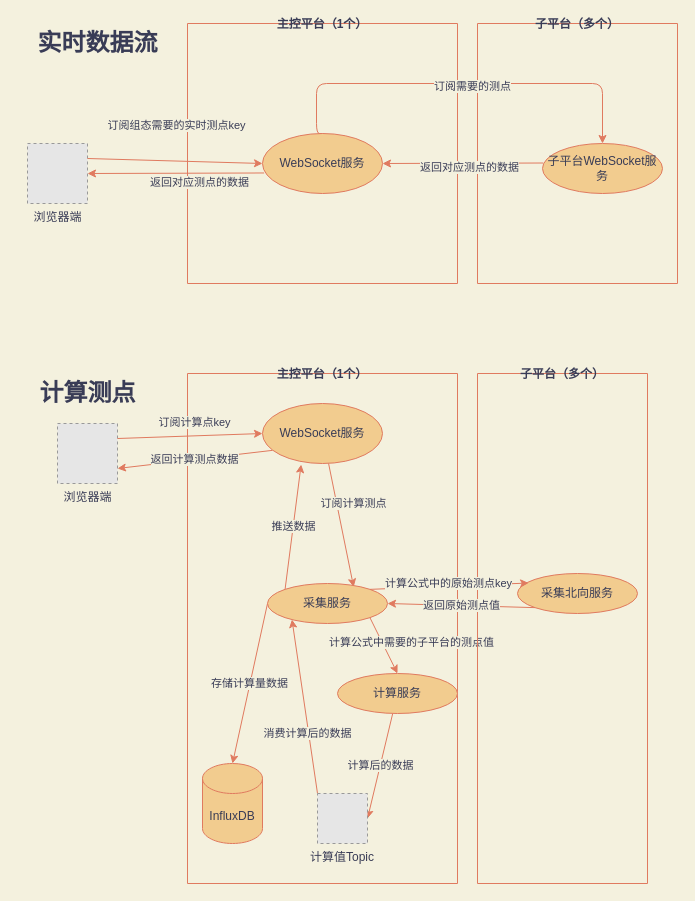
Before: page "实时数据" (3 of 3) of test.drawio in Jarris3154/drawios, a draw.io diagram. Source tidied: cells renumbered, new cells numbered last; positions are measured from the earlier drawing's top-left corner, leaving out a move shared by most shapes. Both pictures are drawn from the tidied source at 100%, with x=0, y=0 at pixel (17, 23). Pictures stored in the file or linked from it are replaced by grey dashed boxes.
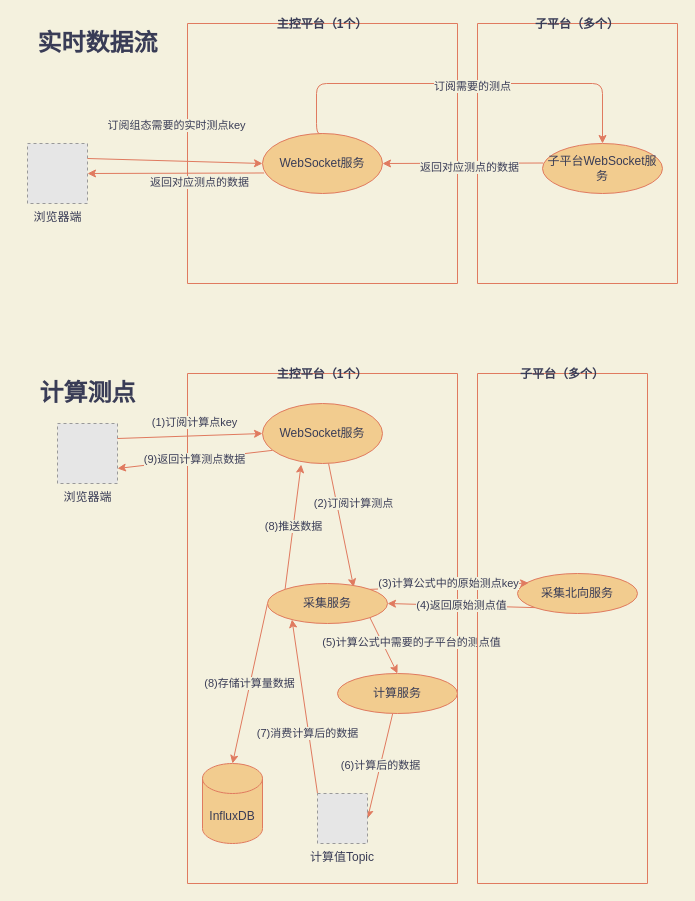
Above is the later version.

Unchanged cells that the change refers to:
```xml
<mxCell id="17" value="主控平台（1个）" style="swimlane;startSize=0;fillColor=#F2CC8F;strokeColor=#E07A5F;fontColor=#393C56;" parent="1" vertex="1">
  <mxGeometry x="170" y="350" width="270" height="510" as="geometry" />
</mxCell>
<mxCell id="19" value="WebSocket服务" style="ellipse;whiteSpace=wrap;html=1;fillColor=#F2CC8F;strokeColor=#E07A5F;fontColor=#393C56;" parent="17" vertex="1">
  <mxGeometry x="75" y="30" width="120" height="60" as="geometry" />
</mxCell>
<mxCell id="22" value="采集服务" style="ellipse;whiteSpace=wrap;html=1;fillColor=#F2CC8F;strokeColor=#E07A5F;fontColor=#393C56;" parent="17" vertex="1">
  <mxGeometry x="80" y="210" width="120" height="40" as="geometry" />
</mxCell>
<mxCell id="25" value="计算服务" style="ellipse;whiteSpace=wrap;html=1;fillColor=#F2CC8F;strokeColor=#E07A5F;fontColor=#393C56;" parent="17" vertex="1">
  <mxGeometry x="150" y="300" width="120" height="40" as="geometry" />
</mxCell>
<mxCell id="27" value="InfluxDB" style="shape=cylinder3;whiteSpace=wrap;html=1;boundedLbl=1;backgroundOutline=1;size=15;fillColor=#F2CC8F;strokeColor=#E07A5F;fontColor=#393C56;" parent="17" vertex="1">
  <mxGeometry x="15" y="390" width="60" height="80" as="geometry" />
</mxCell>
<mxCell id="28" value="计算值Topic" style="fillColor=#E6E6E6;strokeColor=#999999;dashed=1;verticalLabelPosition=bottom;verticalAlign=top;fontColor=#393C56;" parent="17" vertex="1">
  <mxGeometry x="130" y="420" width="50" height="50" as="geometry" />
</mxCell>
<mxCell id="30" value="采集北向服务" style="ellipse;whiteSpace=wrap;html=1;fillColor=#F2CC8F;strokeColor=#E07A5F;fontColor=#393C56;" parent="29" vertex="1">
  <mxGeometry x="40" y="200" width="120" height="40" as="geometry" />
</mxCell>
<mxCell id="31" value="浏览器端" style="fillColor=#E6E6E6;strokeColor=#999999;dashed=1;html=1;verticalAlign=top;verticalLabelPosition=bottom;fontColor=#393C56;labelBackgroundColor=#F4F1DE;" parent="1" vertex="1">
  <mxGeometry x="40" y="400" width="60" height="60" as="geometry" />
</mxCell>
<mxCell id="32" style="endArrow=classic;html=1;entryX=0;entryY=0.5;entryDx=0;entryDy=0;exitX=1;exitY=0.25;exitDx=0;exitDy=0;strokeColor=#E07A5F;fontColor=#393C56;labelBackgroundColor=#F4F1DE;" parent="1" edge="1" source="31" target="19">
  <mxGeometry relative="1" as="geometry" />
</mxCell>
<mxCell id="35" style="edgeStyle=none;rounded=1;sketch=0;jettySize=auto;html=1;fontColor=#393C56;strokeColor=#E07A5F;fillColor=#F2CC8F;entryX=0.093;entryY=0.238;entryDx=0;entryDy=0;entryPerimeter=0;exitX=1;exitY=0;exitDx=0;exitDy=0;labelBackgroundColor=#F4F1DE;" parent="1" edge="1" source="22" target="30">
  <mxGeometry relative="1" as="geometry" />
</mxCell>
```

Change to the diagram source:
```diff
@@
-    <mxCell id="18" value="订阅计算测点" style="edgeStyle=none;rounded=1;sketch=0;jettySize=auto;html=1;entryX=0.718;entryY=0.088;entryDx=0;entryDy=0;entryPerimeter=0;fontColor=#393C56;strokeColor=#E07A5F;fillColor=#F2CC8F;labelBackgroundColor=#F4F1DE;" parent="17" edge="1" source="19" target="22">
+    <mxCell id="18" value="(2)订阅计算测点" style="edgeStyle=none;rounded=1;sketch=0;jettySize=auto;html=1;entryX=0.718;entryY=0.088;entryDx=0;entryDy=0;entryPerimeter=0;fontColor=#393C56;strokeColor=#E07A5F;fillColor=#F2CC8F;labelBackgroundColor=#F4F1DE;" parent="17" edge="1" source="19" target="22">
       <mxGeometry x="-0.3" y="17" relative="1" as="geometry" />
     </mxCell>
@@
-    <mxCell id="20" value="推送数据" style="edgeStyle=none;rounded=1;sketch=0;jettySize=auto;html=1;entryX=0.322;entryY=1.017;entryDx=0;entryDy=0;entryPerimeter=0;fontColor=#393C56;strokeColor=#E07A5F;fillColor=#F2CC8F;exitX=0;exitY=0;exitDx=0;exitDy=0;labelBackgroundColor=#F4F1DE;" parent="17" edge="1" source="22" target="19">
+    <mxCell id="20" value="(8)推送数据" style="edgeStyle=none;rounded=1;sketch=0;jettySize=auto;html=1;entryX=0.322;entryY=1.017;entryDx=0;entryDy=0;entryPerimeter=0;fontColor=#393C56;strokeColor=#E07A5F;fillColor=#F2CC8F;exitX=0;exitY=0;exitDx=0;exitDy=0;labelBackgroundColor=#F4F1DE;" parent="17" edge="1" source="22" target="19">
       <mxGeometry relative="1" as="geometry" />
     </mxCell>
-    <mxCell id="21" value="存储计算量数据" style="edgeStyle=none;rounded=1;sketch=0;jettySize=auto;html=1;entryX=0.5;entryY=0;entryDx=0;entryDy=0;entryPerimeter=0;fontColor=#393C56;strokeColor=#E07A5F;fillColor=#F2CC8F;exitX=0;exitY=0.5;exitDx=0;exitDy=0;labelBackgroundColor=#F4F1DE;" parent="17" edge="1" source="22" target="27">
+    <mxCell id="21" value="(8)存储计算量数据" style="edgeStyle=none;rounded=1;sketch=0;jettySize=auto;html=1;entryX=0.5;entryY=0;entryDx=0;entryDy=0;entryPerimeter=0;fontColor=#393C56;strokeColor=#E07A5F;fillColor=#F2CC8F;exitX=0;exitY=0.5;exitDx=0;exitDy=0;labelBackgroundColor=#F4F1DE;" parent="17" edge="1" source="22" target="27">
       <mxGeometry relative="1" as="geometry" />
     </mxCell>
@@
-    <mxCell id="23" value="消费计算后的数据" style="rounded=0;jettySize=auto;html=1;exitX=0;exitY=0;exitDx=0;exitDy=0;entryX=0.204;entryY=0.9;entryDx=0;entryDy=0;entryPerimeter=0;strokeColor=#E07A5F;fontColor=#393C56;labelBackgroundColor=#F4F1DE;" parent="17" edge="1" source="28" target="22">
+    <mxCell id="23" value="(7)消费计算后的数据" style="rounded=0;jettySize=auto;html=1;exitX=0;exitY=0;exitDx=0;exitDy=0;entryX=0.204;entryY=0.9;entryDx=0;entryDy=0;entryPerimeter=0;strokeColor=#E07A5F;fontColor=#393C56;labelBackgroundColor=#F4F1DE;" parent="17" edge="1" source="28" target="22">
       <mxGeometry x="-0.31" y="1" relative="1" as="geometry" />
     </mxCell>
-    <mxCell id="24" value="计算后的数据" style="rounded=1;sketch=0;jettySize=auto;html=1;entryX=1;entryY=0.5;entryDx=0;entryDy=0;fontColor=#393C56;strokeColor=#E07A5F;fillColor=#F2CC8F;labelBackgroundColor=#F4F1DE;" parent="17" edge="1" source="25" target="28">
+    <mxCell id="24" value="(6)计算后的数据" style="rounded=1;sketch=0;jettySize=auto;html=1;entryX=1;entryY=0.5;entryDx=0;entryDy=0;fontColor=#393C56;strokeColor=#E07A5F;fillColor=#F2CC8F;labelBackgroundColor=#F4F1DE;" parent="17" edge="1" source="25" target="28">
       <mxGeometry relative="1" as="geometry" />
     </mxCell>
@@
-    <mxCell id="26" value="计算公式中需要的子平台的测点值" style="endArrow=classic;html=1;entryX=0.5;entryY=0;entryDx=0;entryDy=0;exitX=1;exitY=1;exitDx=0;exitDy=0;strokeColor=#E07A5F;fontColor=#393C56;labelBackgroundColor=#F4F1DE;" parent="17" edge="1" source="22" target="25">
+    <mxCell id="26" value="(5)计算公式中需要的子平台的测点值" style="endArrow=classic;html=1;entryX=0.5;entryY=0;entryDx=0;entryDy=0;exitX=1;exitY=1;exitDx=0;exitDy=0;strokeColor=#E07A5F;fontColor=#393C56;labelBackgroundColor=#F4F1DE;" parent="17" edge="1" source="22" target="25">
       <mxGeometry x="0.33" y="26" relative="1" as="geometry" />
     </mxCell>
@@
-    <mxCell id="33" value="订阅计算点key" style="edgeLabel;html=1;align=center;verticalAlign=middle;fontColor=#393C56;labelBackgroundColor=#F4F1DE;" parent="32" vertex="1">
+    <mxCell id="33" value="(1)订阅计算点key" style="edgeLabel;html=1;align=center;verticalAlign=middle;fontColor=#393C56;labelBackgroundColor=#F4F1DE;" parent="32" vertex="1">
       <mxGeometry x="-0.71" y="2" relative="1" as="geometry">
         <mxPoint x="56" y="-14" as="offset" />
       </mxGeometry>
     </mxCell>
-    <mxCell id="34" value="返回计算测点数据" style="endArrow=classic;html=1;exitX=0.083;exitY=0.781;exitDx=0;exitDy=0;exitPerimeter=0;entryX=1;entryY=0.75;entryDx=0;entryDy=0;strokeColor=#E07A5F;fontColor=#393C56;labelBackgroundColor=#F4F1DE;" parent="1" edge="1" source="19" target="31">
+    <mxCell id="34" value="(9)返回计算测点数据" style="endArrow=classic;html=1;exitX=0.083;exitY=0.781;exitDx=0;exitDy=0;exitPerimeter=0;entryX=1;entryY=0.75;entryDx=0;entryDy=0;strokeColor=#E07A5F;fontColor=#393C56;labelBackgroundColor=#F4F1DE;" parent="1" edge="1" source="19" target="31">
       <mxGeometry relative="1" as="geometry" />
     </mxCell>
@@
-    <mxCell id="36" value="计算公式中的原始测点key" style="edgeLabel;html=1;align=center;verticalAlign=middle;fontColor=#393C56;labelBackgroundColor=#F4F1DE;" parent="35" vertex="1">
+    <mxCell id="36" value="(3)计算公式中的原始测点key" style="edgeLabel;html=1;align=center;verticalAlign=middle;fontColor=#393C56;labelBackgroundColor=#F4F1DE;" parent="35" vertex="1">
       <mxGeometry x="-0.31" y="-3" relative="1" as="geometry">
         <mxPoint x="23" y="-7" as="offset" />
       </mxGeometry>
     </mxCell>
-    <mxCell id="37" value="返回原始测点值" style="endArrow=classic;html=1;fontColor=#393C56;strokeColor=#E07A5F;fillColor=#F2CC8F;entryX=1;entryY=0.5;entryDx=0;entryDy=0;exitX=0;exitY=1;exitDx=0;exitDy=0;labelBackgroundColor=#F4F1DE;" parent="1" edge="1" source="30" target="22">
+    <mxCell id="37" value="(4)返回原始测点值" style="endArrow=classic;html=1;fontColor=#393C56;strokeColor=#E07A5F;fillColor=#F2CC8F;entryX=1;entryY=0.5;entryDx=0;entryDy=0;exitX=0;exitY=1;exitDx=0;exitDy=0;labelBackgroundColor=#F4F1DE;" parent="1" edge="1" source="30" target="22">
       <mxGeometry relative="1" as="geometry" />
     </mxCell>
```
